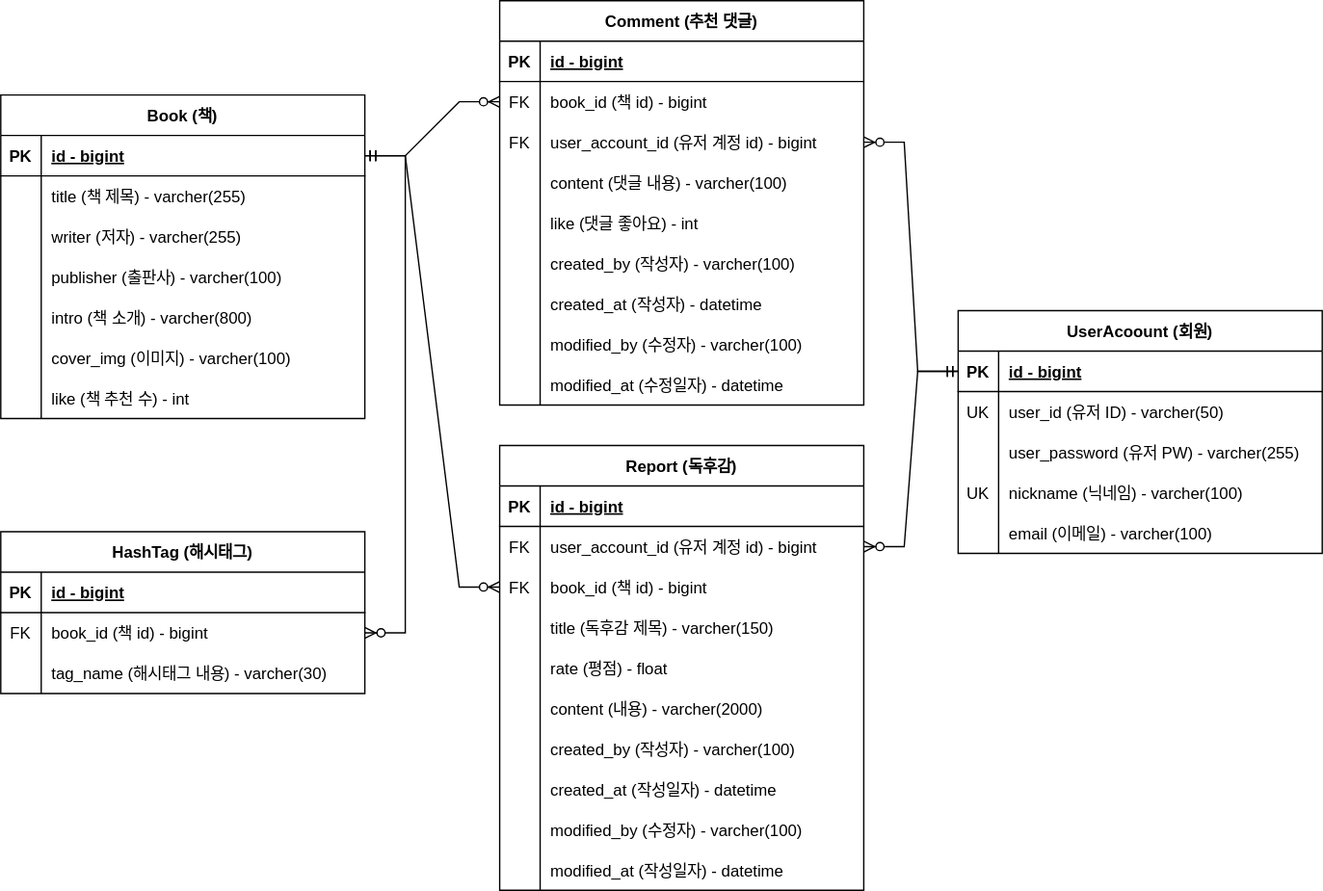
Before: document/domain_ERD_diagram.svg, a diagram exported from draw.io (wonyj0228/Bookjeok_project). Source tidied: cells renumbered, new cells last; positions are measured from the earlier drawing's top-left corner, leaving out a move shared by most shapes.
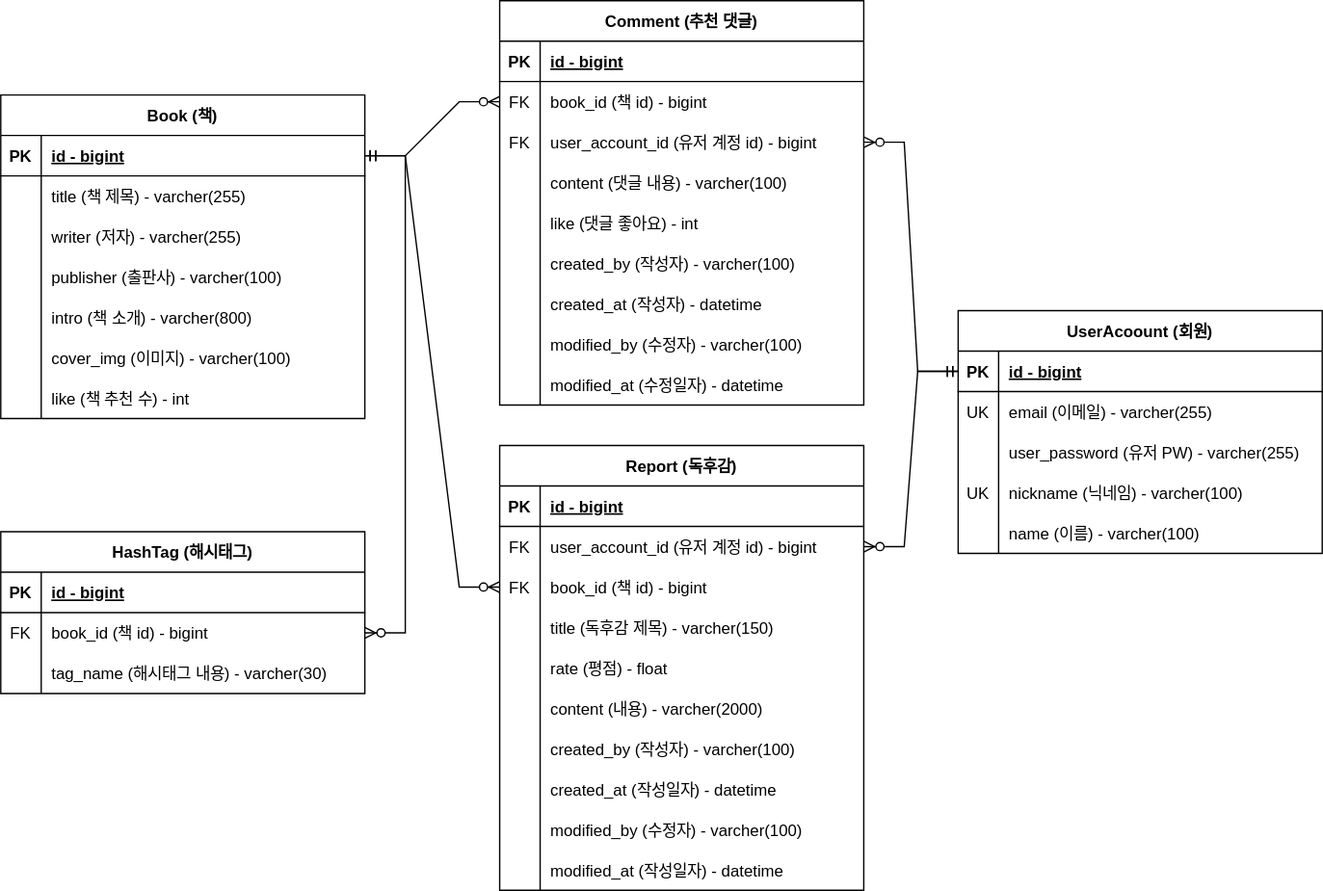
After the change.

Commit message:
userAccount 도메인 수정 - id 말고 email로 로그인

The edit, as a diff of the source:
```diff
@@ -20,7 +20,7 @@
     <mxCell id="7" value="UK" style="shape=partialRectangle;fillColor=none;top=0;left=0;bottom=0;right=0;overflow=hidden;" parent="6" vertex="1">
       <mxGeometry width="30" height="30" as="geometry" />
     </mxCell>
-    <mxCell id="8" value="user_id (유저 ID) - varcher(50)" style="shape=partialRectangle;fillColor=none;top=0;left=0;bottom=0;right=0;align=left;spacingLeft=6;overflow=hidden;" parent="6" vertex="1">
+    <mxCell id="8" value="email (이메일) - varcher(255)" style="shape=partialRectangle;fillColor=none;top=0;left=0;bottom=0;right=0;align=left;spacingLeft=6;overflow=hidden;" parent="6" vertex="1">
       <mxGeometry x="30" width="240" height="30" as="geometry" />
     </mxCell>
     <mxCell id="9" style="shape=tableRow;horizontal=0;startSize=0;swimlaneHead=0;swimlaneBody=0;fillColor=none;top=0;left=0;right=0;bottom=0;" parent="2" vertex="1">
@@ -47,7 +47,7 @@
     <mxCell id="16" style="shape=partialRectangle;fillColor=none;top=0;left=0;bottom=0;right=0;overflow=hidden;" parent="15" vertex="1">
       <mxGeometry width="30" height="30" as="geometry" />
     </mxCell>
-    <mxCell id="17" value="email (이메일) - varcher(100)" style="shape=partialRectangle;fillColor=none;top=0;left=0;bottom=0;right=0;align=left;spacingLeft=6;overflow=hidden;" parent="15" vertex="1">
+    <mxCell id="17" value="name (이름) - varcher(100)" style="shape=partialRectangle;fillColor=none;top=0;left=0;bottom=0;right=0;align=left;spacingLeft=6;overflow=hidden;" parent="15" vertex="1">
       <mxGeometry x="30" width="240" height="30" as="geometry" />
     </mxCell>
     <mxCell id="18" value="Report (독후감)" style="shape=table;startSize=30;rowLines=0;fontStyle=1;align=center;" parent="1" vertex="1">
```
